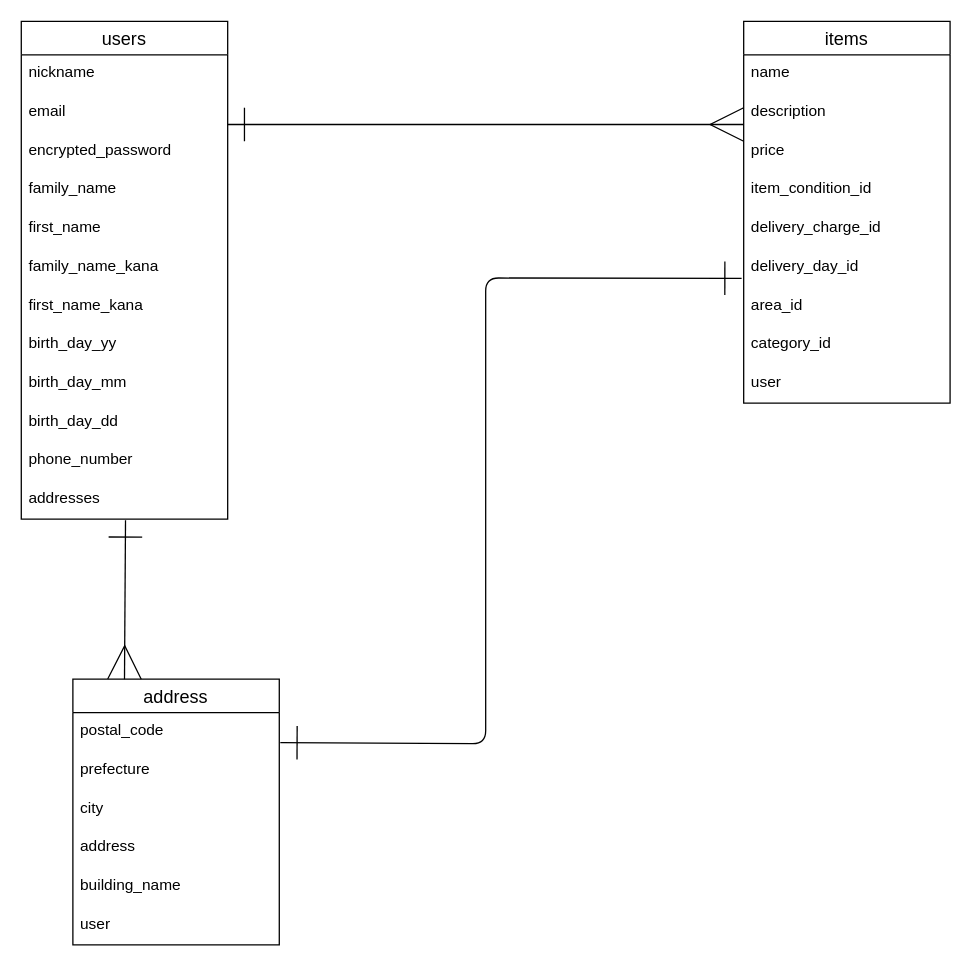
Before: test.dio in alouette3/furima-36759, a draw.io diagram. Source tidied: cells renumbered, new cells numbered last; positions are measured from the earlier drawing's top-left corner, leaving out a move shared by most shapes. Both pictures are drawn from the tidied source at 129%, with x=0, y=0 at pixel (21, 21).
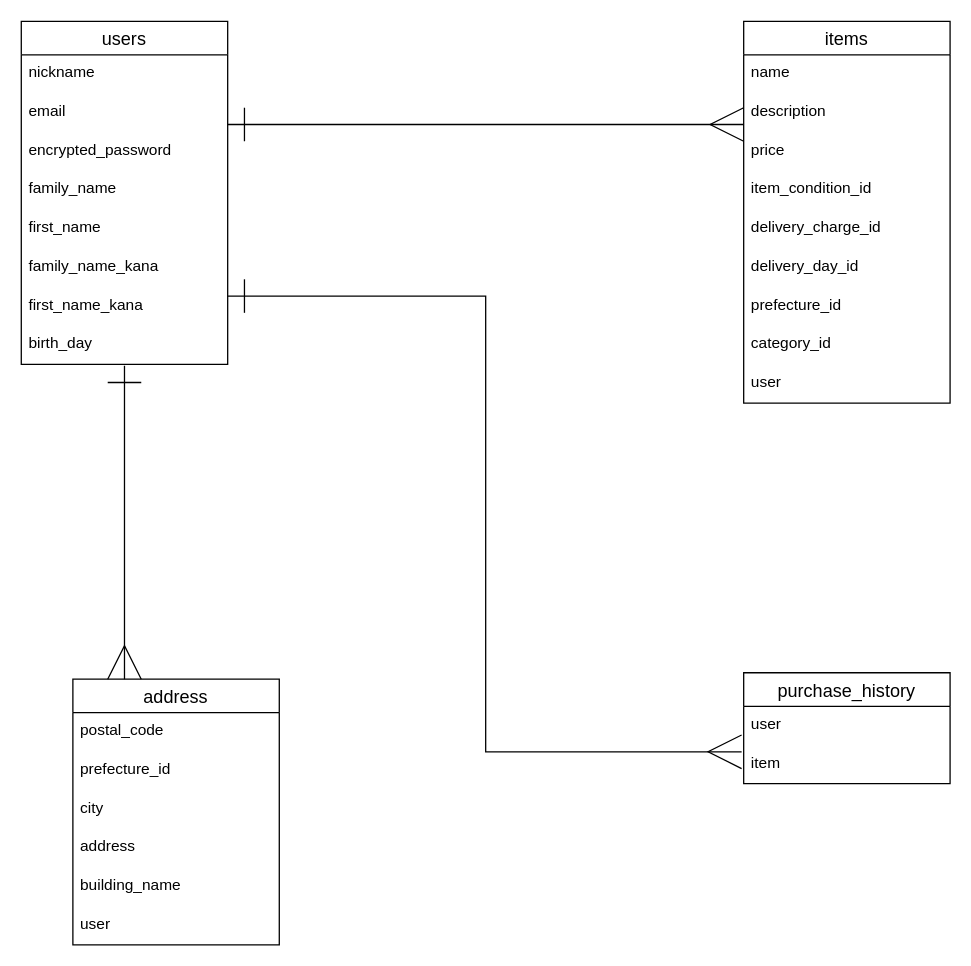
After the change.

Commit message (it also covers changes not shown here):
レビュー後再修正

The change refers to these unchanged cells:
```xml
<mxCell id="2" value="address" style="swimlane;fontStyle=0;horizontal=1;startSize=26;align=center;fontSize=14;" parent="1" vertex="1">
  <mxGeometry x="40" y="510" width="160" height="206" as="geometry" />
</mxCell>
<mxCell id="3" value="postal_code" style="text;strokeColor=none;fillColor=none;spacingLeft=4;spacingRight=4;overflow=hidden;points=[[0,0.5],[1,0.5]];portConstraint=eastwest;fontSize=12;" parent="2" vertex="1">
  <mxGeometry y="26" width="160" height="30" as="geometry" />
</mxCell>
<mxCell id="9" value="items" style="swimlane;fontStyle=0;horizontal=1;startSize=26;align=center;fontSize=14;" parent="1" vertex="1">
  <mxGeometry x="560" width="160" height="296" as="geometry" />
</mxCell>
<mxCell id="15" value="delivery_day_id" style="text;strokeColor=none;fillColor=none;spacingLeft=4;spacingRight=4;overflow=hidden;points=[[0,0.5],[1,0.5]];portConstraint=eastwest;fontSize=12;" parent="9" vertex="1">
  <mxGeometry y="176" width="160" height="30" as="geometry" />
</mxCell>
```

What changed in the source:
```diff
@@
-    <mxCell id="4" value="prefecture" style="text;strokeColor=none;fillColor=none;spacingLeft=4;spacingRight=4;overflow=hidden;fontSize=12;" parent="2" vertex="1">
+    <mxCell id="4" value="prefecture_id" style="text;strokeColor=none;fillColor=none;spacingLeft=4;spacingRight=4;overflow=hidden;fontSize=12;" parent="2" vertex="1">
       <mxGeometry y="56" width="160" height="30" as="geometry" />
     </mxCell>
@@
-    <mxCell id="16" value="area_id" style="text;strokeColor=none;fillColor=none;spacingLeft=4;spacingRight=4;overflow=hidden;fontSize=12;" parent="9" vertex="1">
+    <mxCell id="16" value="prefecture_id" style="text;strokeColor=none;fillColor=none;spacingLeft=4;spacingRight=4;overflow=hidden;fontSize=12;" parent="9" vertex="1">
       <mxGeometry y="206" width="160" height="30" as="geometry" />
     </mxCell>
@@
     <mxCell id="19" value="users" style="swimlane;fontStyle=0;horizontal=1;startSize=26;align=center;fontSize=14;" parent="1" vertex="1">
-      <mxGeometry width="160" height="386" as="geometry" />
+      <mxGeometry width="160" height="266" as="geometry" />
     </mxCell>
@@
-    <mxCell id="27" value="birth_day_yy" style="text;strokeColor=none;fillColor=none;spacingLeft=4;spacingRight=4;overflow=hidden;fontSize=12;" parent="19" vertex="1">
+    <mxCell id="27" value="birth_day" style="text;strokeColor=none;fillColor=none;spacingLeft=4;spacingRight=4;overflow=hidden;fontSize=12;" parent="19" vertex="1">
       <mxGeometry y="236" width="160" height="30" as="geometry" />
     </mxCell>
-    <mxCell id="28" value="birth_day_mm" style="text;strokeColor=none;fillColor=none;spacingLeft=4;spacingRight=4;overflow=hidden;fontSize=12;" parent="19" vertex="1">
-      <mxGeometry y="266" width="160" height="30" as="geometry" />
-    </mxCell>
-    <mxCell id="29" value="birth_day_dd" style="text;strokeColor=none;fillColor=none;spacingLeft=4;spacingRight=4;overflow=hidden;fontSize=12;" parent="19" vertex="1">
-      <mxGeometry y="296" width="160" height="30" as="geometry" />
-    </mxCell>
-    <mxCell id="30" value="phone_number" style="text;strokeColor=none;fillColor=none;spacingLeft=4;spacingRight=4;overflow=hidden;fontSize=12;" parent="19" vertex="1">
-      <mxGeometry y="326" width="160" height="30" as="geometry" />
-    </mxCell>
-    <mxCell id="31" value="addresses" style="text;strokeColor=none;fillColor=none;spacingLeft=4;spacingRight=4;overflow=hidden;points=[[0,0.5],[1,0.5]];portConstraint=eastwest;fontSize=12;" parent="19" vertex="1">
-      <mxGeometry y="356" width="160" height="30" as="geometry" />
-    </mxCell>
@@
-    <mxCell id="33" style="endArrow=ERmany;html=1;rounded=0;startSize=24;targetPerimeterSpacing=0;entryX=0.25;entryY=0;entryDx=0;entryDy=0;exitX=0.505;exitY=1.029;exitDx=0;exitDy=0;exitPerimeter=0;startArrow=ERone;startFill=0;endFill=0;endSize=24;" parent="1" edge="1" source="31" target="2">
-      <mxGeometry relative="1" as="geometry" />
+    <mxCell id="33" style="endArrow=ERmany;html=1;rounded=0;startSize=24;targetPerimeterSpacing=0;entryX=0.25;entryY=0;entryDx=0;entryDy=0;startArrow=ERone;startFill=0;endFill=0;endSize=24;" parent="1" edge="1" target="2">
+      <mxGeometry relative="1" as="geometry">
+        <mxPoint x="80" y="267" as="sourcePoint" />
+      </mxGeometry>
     </mxCell>
-    <mxCell id="34" style="endArrow=ERone;html=1;shadow=0;startSize=24;endSize=24;targetPerimeterSpacing=0;entryX=-0.01;entryY=0.775;entryDx=0;entryDy=0;exitX=1.005;exitY=0.775;exitDx=0;exitDy=0;entryPerimeter=0;startArrow=ERone;startFill=0;endFill=0;exitPerimeter=0;" parent="1" edge="1" source="3" target="15">
-      <mxGeometry relative="1" as="geometry">
-        <Array as="points">
-          <mxPoint x="360" y="560" />
-          <mxPoint x="360" y="199" />
-        </Array>
-      </mxGeometry>
-    </mxCell>
+    <mxCell id="35" value="purchase_history" style="swimlane;fontStyle=0;horizontal=1;startSize=26;align=center;fontSize=14;" parent="1" vertex="1">
+      <mxGeometry x="560" y="505" width="160" height="86" as="geometry" />
+    </mxCell>
+    <mxCell id="36" value="user" style="text;strokeColor=none;fillColor=none;spacingLeft=4;spacingRight=4;overflow=hidden;fontSize=12;" parent="35" vertex="1">
+      <mxGeometry y="26" width="160" height="30" as="geometry" />
+    </mxCell>
+    <mxCell id="37" value="item" style="text;strokeColor=none;fillColor=none;spacingLeft=4;spacingRight=4;overflow=hidden;points=[[0,0.5],[1,0.5]];portConstraint=eastwest;fontSize=12;" parent="35" vertex="1">
+      <mxGeometry y="56" width="160" height="30" as="geometry" />
+    </mxCell>
+    <mxCell id="38" style="edgeStyle=orthogonalEdgeStyle;rounded=0;jettySize=auto;html=1;entryX=-0.01;entryY=0.176;entryDx=0;entryDy=0;entryPerimeter=0;shadow=0;startArrow=ERone;startFill=0;endArrow=ERmany;endFill=0;startSize=24;endSize=24;targetPerimeterSpacing=0;" parent="1" edge="1" target="37">
+      <mxGeometry relative="1" as="geometry">
+        <mxPoint x="160" y="213" as="sourcePoint" />
+        <Array as="points">
+          <mxPoint x="360" y="213" />
+          <mxPoint x="360" y="566" />
+        </Array>
+      </mxGeometry>
+    </mxCell>
```
